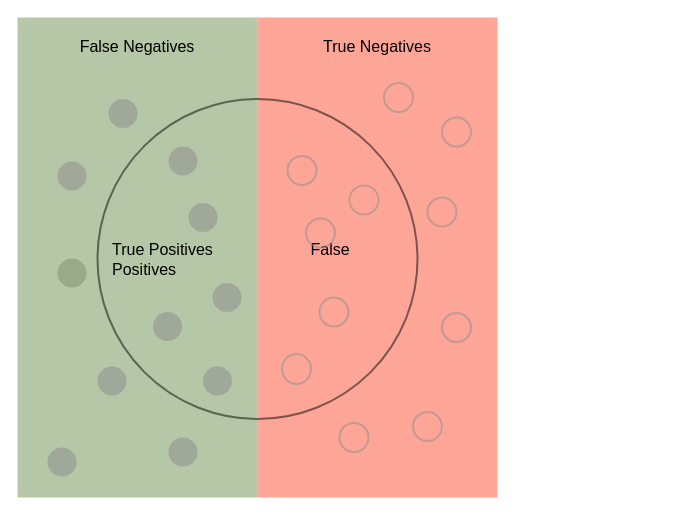
The draw.io diagram thesis/images/drawio/precision-and-recall.drawio in felixbiessmann/MLFD, before the edit. Source tidied: cells renumbered, new cells numbered last; positions are measured from the earlier drawing's top-left corner, leaving out a move shared by most shapes. Both pictures are drawn from the tidied source at 100%, with x=0, y=0 at pixel (17, 17).
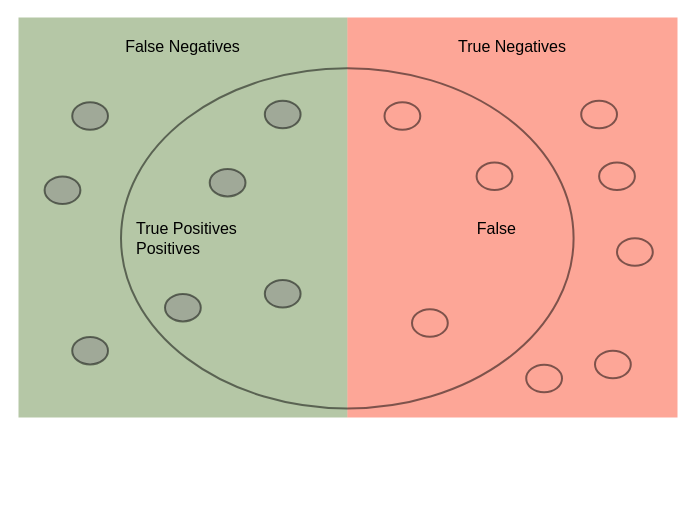
Above is the later version.

The edit, as a diff of the source:
```diff
@@
+    <mxCell id="27" style="group;" parent="1" vertex="1">
+      <mxGeometry x="1" width="659" height="400" as="geometry" />
+    </mxCell>
+    <mxCell id="28" style="group;" parent="27" vertex="1">
+      <mxGeometry width="659" height="400" as="geometry" />
+    </mxCell>
+    <mxCell id="29" style="group;" parent="28" vertex="1">
+      <mxGeometry width="659" height="400" as="geometry" />
+    </mxCell>
-    <mxCell id="2" value="True Negatives" style="whiteSpace=wrap;html=1;shadow=0;glass=0;labelBackgroundColor=none;strokeColor=none;strokeWidth=1;fillColor=#fc4f30;gradientColor=none;fontFamily=Palatino;fontSize=16;fontColor=#000000;align=center;opacity=50;verticalAlign=top;spacing=15;" parent="1" vertex="1">
-      <mxGeometry x="240" width="240" height="480" as="geometry" />
+    <mxCell id="2" value="True Negatives" style="whiteSpace=wrap;html=1;shadow=0;glass=0;labelBackgroundColor=none;strokeColor=none;strokeWidth=1;fillColor=#fc4f30;gradientColor=none;fontFamily=Palatino;fontSize=16;fontColor=#000000;align=center;opacity=50;verticalAlign=top;spacing=15;" parent="29" vertex="1">
+      <mxGeometry x="328.8" width="330.2" height="400" as="geometry" />
     </mxCell>
-    <mxCell id="3" style="ellipse;whiteSpace=wrap;html=1;rounded=1;shadow=0;glass=0;labelBackgroundColor=none;strokeColor=none;strokeWidth=1;fillColor=#8b8b8b;gradientColor=none;fontFamily=Helvetica;fontSize=16;fontColor=#2F5B7C;align=right;opacity=50;spacing=15;" parent="1" vertex="1">
-      <mxGeometry x="40" y="241" width="29" height="29" as="geometry" />
-    </mxCell>
-    <mxCell id="4" value="False Negatives" style="whiteSpace=wrap;html=1;shadow=0;glass=0;labelBackgroundColor=none;strokeColor=none;strokeWidth=1;fillColor=#6D904F;gradientColor=none;fontFamily=Palatino;fontSize=16;fontColor=#00000000000000000000;align=center;opacity=50;verticalAlign=top;spacingBottom=15;spacing=15;" parent="1" vertex="1">
-      <mxGeometry width="240" height="480" as="geometry" />
+    <mxCell id="4" value="False Negatives" style="whiteSpace=wrap;html=1;shadow=0;glass=0;labelBackgroundColor=none;strokeColor=none;strokeWidth=1;fillColor=#6D904F;gradientColor=none;fontFamily=Palatino;fontSize=16;fontColor=#00000000000000000000;align=center;opacity=50;verticalAlign=top;spacingBottom=15;spacing=15;" parent="29" vertex="1">
+      <mxGeometry width="328.8" height="400" as="geometry" />
     </mxCell>
-    <mxCell id="5" value="True Positives&amp;nbsp;&amp;nbsp;&amp;nbsp;&amp;nbsp;&amp;nbsp;&amp;nbsp;&amp;nbsp;&amp;nbsp;&amp;nbsp;&amp;nbsp;&amp;nbsp;&amp;nbsp;&amp;nbsp;&amp;nbsp;&amp;nbsp;&amp;nbsp;&amp;nbsp;&amp;nbsp;&amp;nbsp;&amp;nbsp;&amp;nbsp; False Positives" style="ellipse;whiteSpace=wrap;html=1;rounded=1;shadow=0;glass=0;labelBackgroundColor=none;strokeColor=#000000;strokeWidth=2;fillColor=none;gradientColor=none;fontFamily=Palatino;fontSize=16;fontColor=#000000;align=left;opacity=50;spacing=15;verticalAlign=middle;" parent="1" vertex="1">
-      <mxGeometry x="80" y="81.5" width="320" height="320" as="geometry" />
+    <mxCell id="5" value="&lt;div align=&quot;left&quot;&gt;True Positives&amp;nbsp;&amp;nbsp;&amp;nbsp;&amp;nbsp;&amp;nbsp;&amp;nbsp;&amp;nbsp;&amp;nbsp;&amp;nbsp;&amp;nbsp;&amp;nbsp;&amp;nbsp;&amp;nbsp;&amp;nbsp;&amp;nbsp;&amp;nbsp;&amp;nbsp;&amp;nbsp;&amp;nbsp;&amp;nbsp;&amp;nbsp; &amp;nbsp; &amp;nbsp; &amp;nbsp; &amp;nbsp; &amp;nbsp; &amp;nbsp; &amp;nbsp; &amp;nbsp; &amp;nbsp; &amp;nbsp; &amp;nbsp; &amp;nbsp; &amp;nbsp; &amp;nbsp; &amp;nbsp; &amp;nbsp; False Positives&lt;/div&gt;" style="ellipse;whiteSpace=wrap;html=1;rounded=1;shadow=0;glass=0;labelBackgroundColor=none;strokeColor=#000000;strokeWidth=2;fillColor=none;gradientColor=none;fontFamily=Palatino;fontSize=16;fontColor=#000000;align=left;opacity=50;spacing=15;verticalAlign=middle;" parent="29" vertex="1">
+      <mxGeometry x="102.5" y="50.7" width="452.6" height="340.3" as="geometry" />
     </mxCell>
-    <mxCell id="6" style="ellipse;whiteSpace=wrap;html=1;rounded=1;shadow=0;glass=0;labelBackgroundColor=none;strokeColor=#8b8b8b;strokeWidth=2;fillColor=none;gradientColor=none;fontFamily=Helvetica;fontSize=16;fontColor=#2F5B7C;align=right;opacity=50;spacing=15;" parent="1" vertex="1">
-      <mxGeometry x="424.5" y="295.5" width="29" height="29" as="geometry" />
-    </mxCell>
-    <mxCell id="7" style="ellipse;whiteSpace=wrap;html=1;rounded=1;shadow=0;glass=0;labelBackgroundColor=none;strokeColor=none;strokeWidth=1;fillColor=#8b8b8b;gradientColor=none;fontFamily=Helvetica;fontSize=16;fontColor=#2F5B7C;align=right;opacity=50;spacing=15;" parent="1" vertex="1">
-      <mxGeometry x="30" y="430" width="29" height="29" as="geometry" />
-    </mxCell>
-    <mxCell id="8" style="ellipse;whiteSpace=wrap;html=1;rounded=1;shadow=0;glass=0;labelBackgroundColor=none;strokeColor=none;strokeWidth=1;fillColor=#8b8b8b;gradientColor=none;fontFamily=Helvetica;fontSize=16;fontColor=#2F5B7C;align=right;opacity=50;spacing=15;" parent="1" vertex="1">
-      <mxGeometry x="151" y="420" width="29" height="29" as="geometry" />
-    </mxCell>
-    <mxCell id="9" style="ellipse;whiteSpace=wrap;html=1;rounded=1;shadow=0;glass=0;labelBackgroundColor=none;strokeColor=none;strokeWidth=1;fillColor=#8b8b8b;gradientColor=none;fontFamily=Helvetica;fontSize=16;fontColor=#2F5B7C;align=right;opacity=50;spacing=15;" parent="1" vertex="1">
-      <mxGeometry x="40" y="144" width="29" height="29" as="geometry" />
-    </mxCell>
-    <mxCell id="10" style="ellipse;whiteSpace=wrap;html=1;rounded=1;shadow=0;glass=0;labelBackgroundColor=none;strokeColor=none;strokeWidth=1;fillColor=#8b8b8b;gradientColor=none;fontFamily=Helvetica;fontSize=16;fontColor=#2F5B7C;align=right;opacity=50;spacing=15;" parent="1" vertex="1">
-      <mxGeometry x="80" y="349" width="29" height="29" as="geometry" />
-    </mxCell>
-    <mxCell id="11" style="ellipse;whiteSpace=wrap;html=1;rounded=1;shadow=0;glass=0;labelBackgroundColor=none;strokeColor=none;strokeWidth=1;fillColor=#8b8b8b;gradientColor=none;fontFamily=Helvetica;fontSize=16;fontColor=#2F5B7C;align=right;opacity=50;spacing=15;" parent="1" vertex="1">
-      <mxGeometry x="91" y="81.5" width="29" height="29" as="geometry" />
-    </mxCell>
-    <mxCell id="12" style="ellipse;whiteSpace=wrap;html=1;rounded=1;shadow=0;glass=0;labelBackgroundColor=none;strokeColor=none;strokeWidth=1;fillColor=#8b8b8b;gradientColor=none;fontFamily=Helvetica;fontSize=16;fontColor=#2F5B7C;align=right;opacity=50;spacing=15;" parent="1" vertex="1">
-      <mxGeometry x="195" y="265.5" width="29" height="29" as="geometry" />
-    </mxCell>
-    <mxCell id="13" style="ellipse;whiteSpace=wrap;html=1;rounded=1;shadow=0;glass=0;labelBackgroundColor=none;strokeColor=none;strokeWidth=1;fillColor=#8b8b8b;gradientColor=none;fontFamily=Helvetica;fontSize=16;fontColor=#2F5B7C;align=right;opacity=50;spacing=15;" parent="1" vertex="1">
-      <mxGeometry x="171" y="185.5" width="29" height="29" as="geometry" />
-    </mxCell>
-    <mxCell id="14" style="ellipse;whiteSpace=wrap;html=1;rounded=1;shadow=0;glass=0;labelBackgroundColor=none;strokeColor=none;strokeWidth=1;fillColor=#8b8b8b;gradientColor=none;fontFamily=Helvetica;fontSize=16;fontColor=#2F5B7C;align=right;opacity=50;spacing=15;" parent="1" vertex="1">
-      <mxGeometry x="135.5" y="294.5" width="29" height="29" as="geometry" />
-    </mxCell>
-    <mxCell id="15" style="ellipse;whiteSpace=wrap;html=1;rounded=1;shadow=0;glass=0;labelBackgroundColor=none;strokeColor=none;strokeWidth=1;fillColor=#8b8b8b;gradientColor=none;fontFamily=Helvetica;fontSize=16;fontColor=#2F5B7C;align=right;opacity=50;spacing=15;" parent="1" vertex="1">
-      <mxGeometry x="185.5" y="349" width="29" height="29" as="geometry" />
-    </mxCell>
-    <mxCell id="16" style="ellipse;whiteSpace=wrap;html=1;rounded=1;shadow=0;glass=0;labelBackgroundColor=none;strokeColor=none;strokeWidth=1;fillColor=#8b8b8b;gradientColor=none;fontFamily=Helvetica;fontSize=16;fontColor=#2F5B7C;align=right;opacity=50;spacing=15;" parent="1" vertex="1">
-      <mxGeometry x="151" y="129" width="29" height="29" as="geometry" />
-    </mxCell>
-    <mxCell id="17" style="ellipse;whiteSpace=wrap;html=1;rounded=1;shadow=0;glass=0;labelBackgroundColor=none;strokeColor=#8b8b8b;strokeWidth=2;fillColor=none;gradientColor=none;fontFamily=Helvetica;fontSize=16;fontColor=#2F5B7C;align=right;opacity=50;spacing=15;" parent="1" vertex="1">
-      <mxGeometry x="424.5" y="100" width="29" height="29" as="geometry" />
-    </mxCell>
-    <mxCell id="18" style="ellipse;whiteSpace=wrap;html=1;rounded=1;shadow=0;glass=0;labelBackgroundColor=none;strokeColor=#8b8b8b;strokeWidth=2;fillColor=none;gradientColor=none;fontFamily=Helvetica;fontSize=16;fontColor=#2F5B7C;align=right;opacity=50;spacing=15;" parent="1" vertex="1">
-      <mxGeometry x="322" y="405.5" width="29" height="29" as="geometry" />
-    </mxCell>
-    <mxCell id="19" style="ellipse;whiteSpace=wrap;html=1;rounded=1;shadow=0;glass=0;labelBackgroundColor=none;strokeColor=#8b8b8b;strokeWidth=2;fillColor=none;gradientColor=none;fontFamily=Helvetica;fontSize=16;fontColor=#2F5B7C;align=right;opacity=50;spacing=15;" parent="1" vertex="1">
-      <mxGeometry x="395.5" y="394.5" width="29" height="29" as="geometry" />
-    </mxCell>
-    <mxCell id="20" style="ellipse;whiteSpace=wrap;html=1;rounded=1;shadow=0;glass=0;labelBackgroundColor=none;strokeColor=#8b8b8b;strokeWidth=2;fillColor=none;gradientColor=none;fontFamily=Helvetica;fontSize=16;fontColor=#2F5B7C;align=right;opacity=50;spacing=15;" parent="1" vertex="1">
-      <mxGeometry x="410" y="180" width="29" height="29" as="geometry" />
-    </mxCell>
-    <mxCell id="21" style="ellipse;whiteSpace=wrap;html=1;rounded=1;shadow=0;glass=0;labelBackgroundColor=none;strokeColor=#8b8b8b;strokeWidth=2;fillColor=none;gradientColor=none;fontFamily=Helvetica;fontSize=16;fontColor=#2F5B7C;align=right;opacity=50;spacing=15;" parent="1" vertex="1">
-      <mxGeometry x="366.5" y="65.5" width="29" height="29" as="geometry" />
-    </mxCell>
-    <mxCell id="22" style="ellipse;whiteSpace=wrap;html=1;rounded=1;shadow=0;glass=0;labelBackgroundColor=none;strokeColor=#8b8b8b;strokeWidth=2;fillColor=none;gradientColor=none;fontFamily=Helvetica;fontSize=16;fontColor=#2F5B7C;align=right;opacity=50;spacing=15;" parent="1" vertex="1">
-      <mxGeometry x="288.5" y="201" width="29" height="29" as="geometry" />
-    </mxCell>
-    <mxCell id="23" style="ellipse;whiteSpace=wrap;html=1;rounded=1;shadow=0;glass=0;labelBackgroundColor=none;strokeColor=#8b8b8b;strokeWidth=2;fillColor=none;gradientColor=none;fontFamily=Helvetica;fontSize=16;fontColor=#2F5B7C;align=right;opacity=50;spacing=15;" parent="1" vertex="1">
-      <mxGeometry x="264.5" y="336.5" width="29" height="30" as="geometry" />
-    </mxCell>
-    <mxCell id="24" style="ellipse;whiteSpace=wrap;html=1;rounded=1;shadow=0;glass=0;labelBackgroundColor=none;strokeColor=#8b8b8b;strokeWidth=2;fillColor=none;gradientColor=none;fontFamily=Helvetica;fontSize=16;fontColor=#2F5B7C;align=right;opacity=50;spacing=15;" parent="1" vertex="1">
-      <mxGeometry x="332" y="168" width="29" height="29" as="geometry" />
-    </mxCell>
-    <mxCell id="25" style="ellipse;whiteSpace=wrap;html=1;rounded=1;shadow=0;glass=0;labelBackgroundColor=none;strokeColor=#8b8b8b;strokeWidth=2;fillColor=none;gradientColor=none;fontFamily=Helvetica;fontSize=16;fontColor=#2F5B7C;align=right;opacity=50;spacing=15;" parent="1" vertex="1">
-      <mxGeometry x="302" y="280" width="29" height="29" as="geometry" />
-    </mxCell>
-    <mxCell id="26" style="ellipse;whiteSpace=wrap;html=1;rounded=1;shadow=0;glass=0;labelBackgroundColor=none;strokeColor=#8b8b8b;strokeWidth=2;fillColor=none;gradientColor=none;fontFamily=Helvetica;fontSize=16;fontColor=#2F5B7C;align=right;opacity=50;spacing=15;" parent="1" vertex="1">
-      <mxGeometry x="270" y="138.5" width="29" height="29" as="geometry" />
-    </mxCell>
+    <mxCell id="30" style="ellipse;whiteSpace=wrap;html=1;rounded=1;shadow=0;glass=0;labelBackgroundColor=none;strokeColor=#000000;strokeWidth=2;fillColor=#8B8B8B;gradientColor=none;fontFamily=Palatino;fontSize=16;fontColor=#000000;align=left;opacity=50;spacing=15;verticalAlign=middle;" parent="29" vertex="1">
+      <mxGeometry x="246.3" y="83.3" width="35.8" height="27.5" as="geometry" />
+    </mxCell>
+    <mxCell id="31" style="ellipse;whiteSpace=wrap;html=1;rounded=1;shadow=0;glass=0;labelBackgroundColor=none;strokeColor=#000000;strokeWidth=2;fillColor=#8B8B8B;gradientColor=none;fontFamily=Palatino;fontSize=16;fontColor=#000000;align=left;opacity=50;spacing=15;verticalAlign=middle;" parent="29" vertex="1">
+      <mxGeometry x="246.3" y="262.5" width="35.8" height="27.5" as="geometry" />
+    </mxCell>
+    <mxCell id="32" style="ellipse;whiteSpace=wrap;html=1;rounded=1;shadow=0;glass=0;labelBackgroundColor=none;strokeColor=#000000;strokeWidth=2;fillColor=#8B8B8B;gradientColor=none;fontFamily=Palatino;fontSize=16;fontColor=#000000;align=left;opacity=50;spacing=15;verticalAlign=middle;" parent="29" vertex="1">
+      <mxGeometry x="191.2" y="151.4" width="35.8" height="27.5" as="geometry" />
+    </mxCell>
+    <mxCell id="33" style="ellipse;whiteSpace=wrap;html=1;rounded=1;shadow=0;glass=0;labelBackgroundColor=none;strokeColor=#000000;strokeWidth=2;fillColor=#8B8B8B;gradientColor=none;fontFamily=Palatino;fontSize=16;fontColor=#000000;align=left;opacity=50;spacing=15;verticalAlign=middle;" parent="29" vertex="1">
+      <mxGeometry x="146.5" y="276.4" width="35.8" height="27.5" as="geometry" />
+    </mxCell>
+    <mxCell id="34" style="ellipse;whiteSpace=wrap;html=1;rounded=1;shadow=0;glass=0;labelBackgroundColor=none;strokeColor=#000000;strokeWidth=2;fillColor=#8B8B8B;gradientColor=none;fontFamily=Palatino;fontSize=16;fontColor=#000000;align=left;opacity=50;spacing=15;verticalAlign=middle;" parent="29" vertex="1">
+      <mxGeometry x="26.1" y="159" width="35.8" height="27.5" as="geometry" />
+    </mxCell>
+    <mxCell id="35" style="ellipse;whiteSpace=wrap;html=1;rounded=1;shadow=0;glass=0;labelBackgroundColor=none;strokeColor=#000000;strokeWidth=2;fillColor=#8B8B8B;gradientColor=none;fontFamily=Palatino;fontSize=16;fontColor=#000000;align=left;opacity=50;spacing=15;verticalAlign=middle;" parent="29" vertex="1">
+      <mxGeometry x="53.7" y="319.4" width="35.8" height="27.5" as="geometry" />
+    </mxCell>
+    <mxCell id="36" style="ellipse;whiteSpace=wrap;html=1;rounded=1;shadow=0;glass=0;labelBackgroundColor=none;strokeColor=#000000;strokeWidth=2;fillColor=#8B8B8B;gradientColor=none;fontFamily=Palatino;fontSize=16;fontColor=#000000;align=left;opacity=50;spacing=15;verticalAlign=middle;" parent="29" vertex="1">
+      <mxGeometry x="53.7" y="84.7" width="35.8" height="27.5" as="geometry" />
+    </mxCell>
+    <mxCell id="37" style="ellipse;whiteSpace=wrap;html=1;rounded=1;shadow=0;glass=0;labelBackgroundColor=none;strokeColor=#000000;strokeWidth=2;fillColor=none;gradientColor=none;fontFamily=Palatino;fontSize=16;fontColor=#000000;align=left;opacity=50;spacing=15;verticalAlign=middle;" parent="29" vertex="1">
+      <mxGeometry x="507.7" y="347.2" width="35.8" height="27.5" as="geometry" />
+    </mxCell>
+    <mxCell id="38" style="ellipse;whiteSpace=wrap;html=1;rounded=1;shadow=0;glass=0;labelBackgroundColor=none;strokeColor=#000000;strokeWidth=2;fillColor=none;gradientColor=none;fontFamily=Palatino;fontSize=16;fontColor=#000000;align=left;opacity=50;spacing=15;verticalAlign=middle;" parent="29" vertex="1">
+      <mxGeometry x="580.6" y="145.1" width="35.8" height="27.5" as="geometry" />
+    </mxCell>
+    <mxCell id="39" style="ellipse;whiteSpace=wrap;html=1;rounded=1;shadow=0;glass=0;labelBackgroundColor=none;strokeColor=#000000;strokeWidth=2;fillColor=none;gradientColor=none;fontFamily=Palatino;fontSize=16;fontColor=#000000;align=left;opacity=50;spacing=15;verticalAlign=middle;" parent="29" vertex="1">
+      <mxGeometry x="366" y="84.7" width="35.8" height="27.5" as="geometry" />
+    </mxCell>
+    <mxCell id="40" style="ellipse;whiteSpace=wrap;html=1;rounded=1;shadow=0;glass=0;labelBackgroundColor=none;strokeColor=#000000;strokeWidth=2;fillColor=none;gradientColor=none;fontFamily=Palatino;fontSize=16;fontColor=#000000;align=left;opacity=50;spacing=15;verticalAlign=middle;" parent="29" vertex="1">
+      <mxGeometry x="576.5" y="333.3" width="35.8" height="27.5" as="geometry" />
+    </mxCell>
+    <mxCell id="41" style="ellipse;whiteSpace=wrap;html=1;rounded=1;shadow=0;glass=0;labelBackgroundColor=none;strokeColor=#000000;strokeWidth=2;fillColor=none;gradientColor=none;fontFamily=Palatino;fontSize=16;fontColor=#000000;align=left;opacity=50;spacing=15;verticalAlign=middle;" parent="29" vertex="1">
+      <mxGeometry x="598.5" y="220.8" width="35.8" height="27.5" as="geometry" />
+    </mxCell>
+    <mxCell id="42" style="ellipse;whiteSpace=wrap;html=1;rounded=1;shadow=0;glass=0;labelBackgroundColor=none;strokeColor=#000000;strokeWidth=2;fillColor=none;gradientColor=none;fontFamily=Palatino;fontSize=16;fontColor=#000000;align=left;opacity=50;spacing=15;verticalAlign=middle;" parent="29" vertex="1">
+      <mxGeometry x="562.7" y="83.3" width="35.8" height="27.5" as="geometry" />
+    </mxCell>
+    <mxCell id="43" style="ellipse;whiteSpace=wrap;html=1;rounded=1;shadow=0;glass=0;labelBackgroundColor=none;strokeColor=#000000;strokeWidth=2;fillColor=none;gradientColor=none;fontFamily=Palatino;fontSize=16;fontColor=#000000;align=left;opacity=50;spacing=15;verticalAlign=middle;" parent="29" vertex="1">
+      <mxGeometry x="458.1" y="145.1" width="35.8" height="27.5" as="geometry" />
+    </mxCell>
+    <mxCell id="44" style="ellipse;whiteSpace=wrap;html=1;rounded=1;shadow=0;glass=0;labelBackgroundColor=none;strokeColor=#000000;strokeWidth=2;fillColor=none;gradientColor=none;fontFamily=Palatino;fontSize=16;fontColor=#000000;align=left;opacity=50;spacing=15;verticalAlign=middle;" parent="29" vertex="1">
+      <mxGeometry x="393.5" y="291.7" width="35.8" height="27.5" as="geometry" />
+    </mxCell>
```
